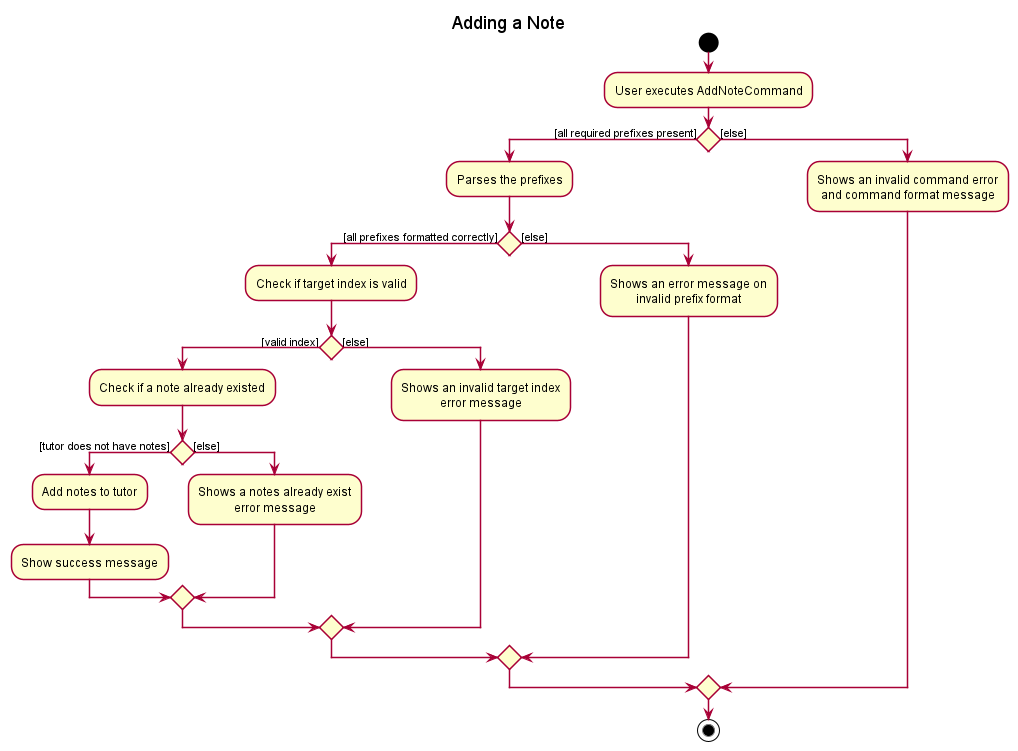
This is docs/images/notes/NotesActivityDiagram.png from nus-cs2103-AY2021S2/tp, a PlantUML export, as it was before one commit.
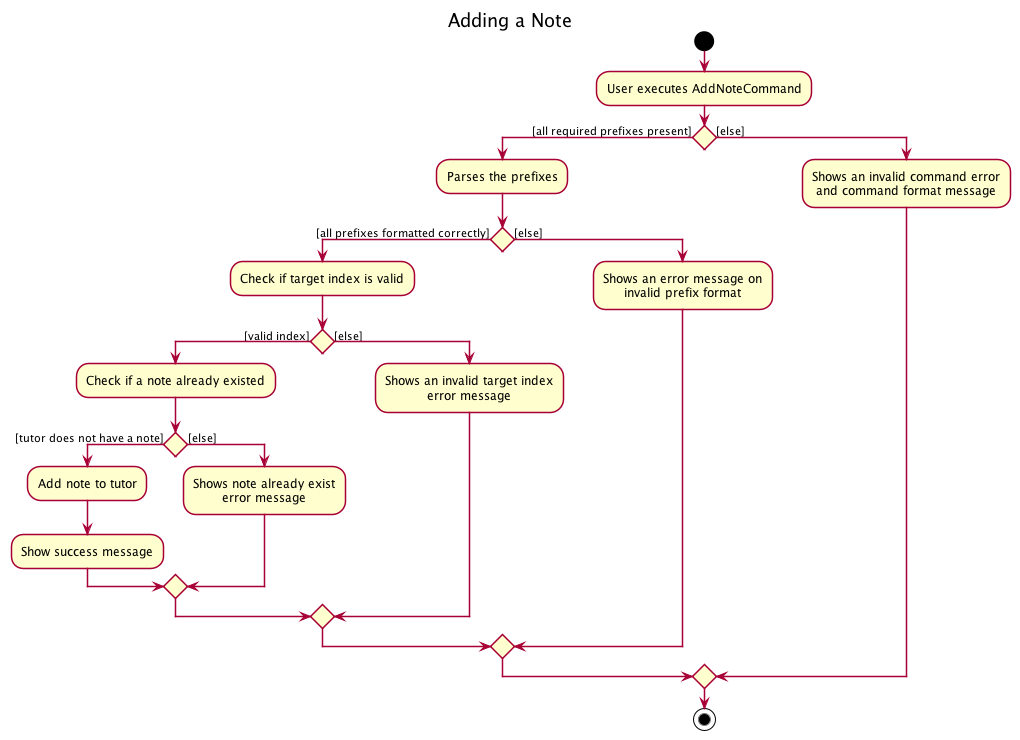
The same file after the commit.

What changed in the source:
```diff
@@ -14,13 +14,13 @@
           if () then ([valid index])
           :Check if a note already existed;
 
-              if () then ([tutor does not have notes])
-              :Add notes to tutor;
+              if () then ([tutor does not have a note])
+              :Add note to tutor;
               :Show success message;
 
               else ([else])
 
-              :Shows a notes already exist
+              :Shows note already exist
               error message;
 
               endif
```
